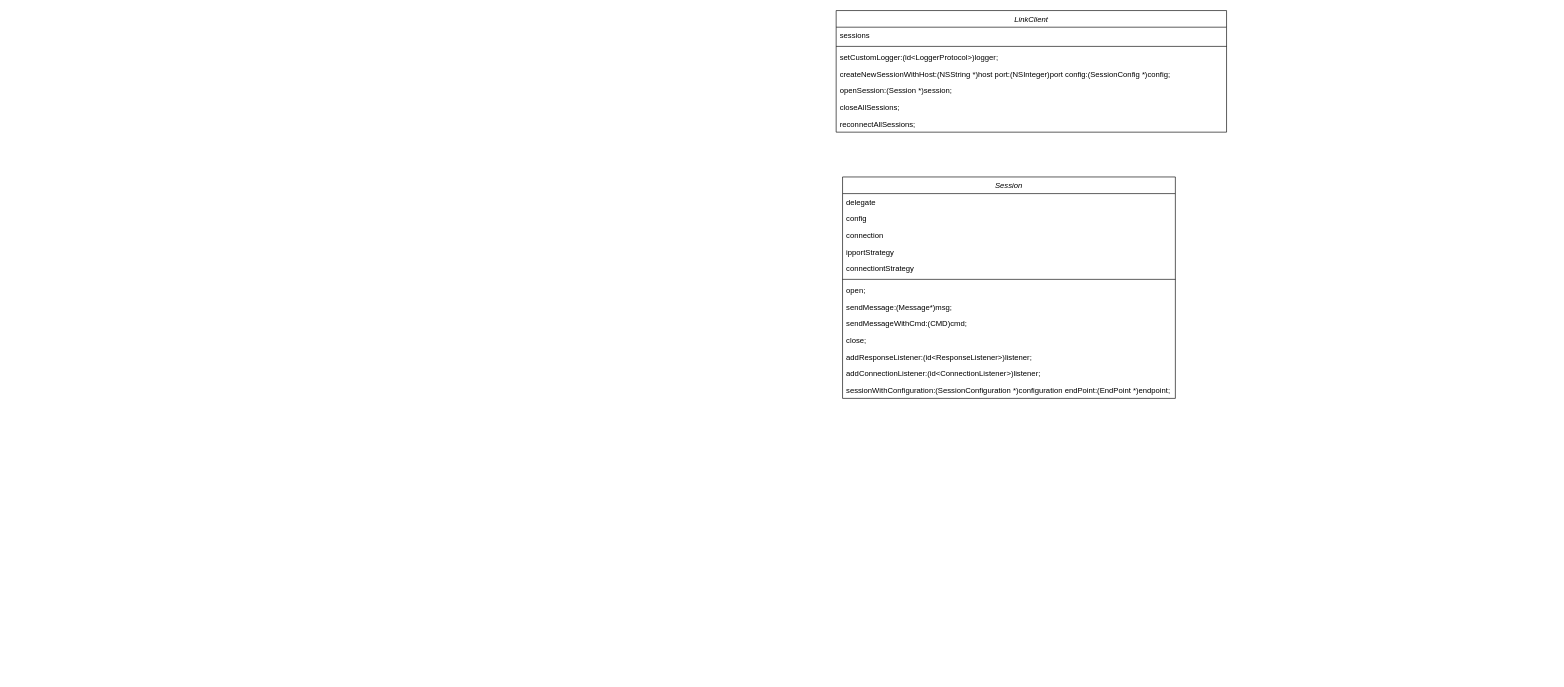
Before: Untitled Diagram.drawio in KyriosArk/mars, a draw.io diagram. Source tidied: cells renumbered, new cells numbered last; positions are measured from the earlier drawing's top-left corner, leaving out a move shared by most shapes. Both pictures are drawn from the tidied source at 64%, with x=0, y=0 at pixel (836, 10).
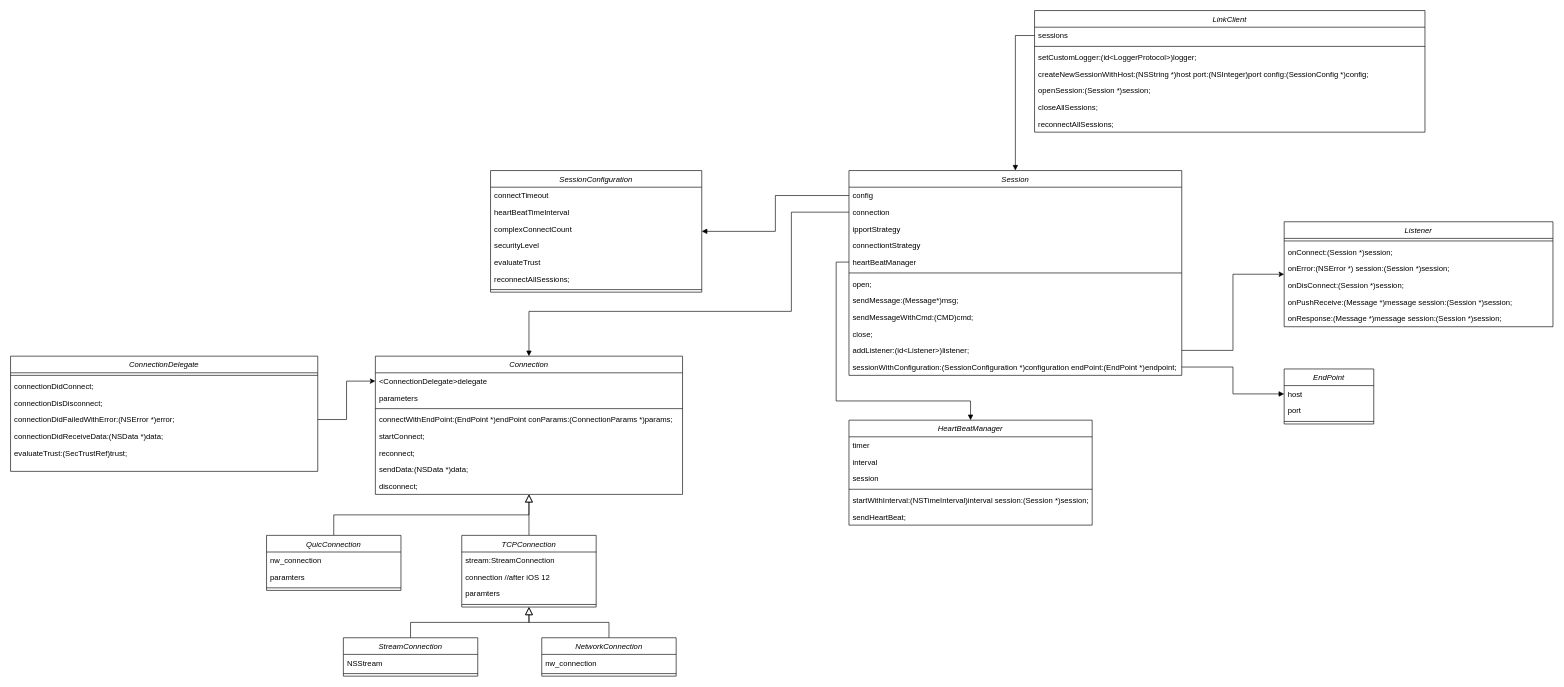
Above is the later version.

Unchanged cells that the change refers to:
```xml
<mxCell id="3" value="sessions" style="text;align=left;verticalAlign=top;spacingLeft=4;spacingRight=4;overflow=hidden;points=[[0,0.5],[1,0.5]];portConstraint=eastwest;" parent="2" vertex="1">
  <mxGeometry y="26" width="610" height="26" as="geometry" />
</mxCell>
```

The edit, as a diff of the source:
```diff
@@
     <mxCell id="2" value="LinkClient" style="swimlane;fontStyle=2;align=center;verticalAlign=top;horizontal=1;startSize=26;rounded=0;shadow=0;strokeWidth=1;" parent="1" vertex="1">
-      <mxGeometry width="610" height="190" as="geometry" />
+      <mxGeometry x="310" width="610" height="190" as="geometry" />
     </mxCell>
@@
     <mxCell id="10" value="Session" style="swimlane;fontStyle=2;align=center;verticalAlign=top;horizontal=1;startSize=26;rounded=0;shadow=0;strokeWidth=1;" parent="1" vertex="1">
-      <mxGeometry x="10" y="260" width="520" height="346" as="geometry" />
+      <mxGeometry x="20" y="250" width="520" height="320" as="geometry" />
     </mxCell>
-    <mxCell id="11" value="delegate" style="text;align=left;verticalAlign=top;spacingLeft=4;spacingRight=4;overflow=hidden;points=[[0,0.5],[1,0.5]];portConstraint=eastwest;" parent="10" vertex="1">
-      <mxGeometry y="26" width="520" height="26" as="geometry" />
-    </mxCell>
     <mxCell id="12" value="config" style="text;align=left;verticalAlign=top;spacingLeft=4;spacingRight=4;overflow=hidden;points=[[0,0.5],[1,0.5]];portConstraint=eastwest;" parent="10" vertex="1">
-      <mxGeometry y="52" width="520" height="26" as="geometry" />
+      <mxGeometry y="26" width="520" height="26" as="geometry" />
     </mxCell>
     <mxCell id="13" value="connection" style="text;align=left;verticalAlign=top;spacingLeft=4;spacingRight=4;overflow=hidden;points=[[0,0.5],[1,0.5]];portConstraint=eastwest;" parent="10" vertex="1">
-      <mxGeometry y="78" width="520" height="26" as="geometry" />
+      <mxGeometry y="52" width="520" height="26" as="geometry" />
     </mxCell>
     <mxCell id="14" value="ipportStrategy" style="text;align=left;verticalAlign=top;spacingLeft=4;spacingRight=4;overflow=hidden;" parent="10" vertex="1">
-      <mxGeometry y="104" width="520" height="26" as="geometry" />
+      <mxGeometry y="78" width="520" height="26" as="geometry" />
     </mxCell>
     <mxCell id="15" value="connectiontStrategy" style="text;align=left;verticalAlign=top;spacingLeft=4;spacingRight=4;overflow=hidden;" parent="10" vertex="1">
-      <mxGeometry y="130" width="520" height="26" as="geometry" />
+      <mxGeometry y="104" width="520" height="26" as="geometry" />
     </mxCell>
+    <mxCell id="24" value="heartBeatManager" style="text;align=left;verticalAlign=top;spacingLeft=4;spacingRight=4;overflow=hidden;points=[[0,0.5],[1,0.5]];portConstraint=eastwest;rounded=0;shadow=0;html=0;" parent="10" vertex="1">
+      <mxGeometry y="130" width="520" height="26" as="geometry" />
+    </mxCell>
@@
-    <mxCell id="21" value="addResponseListener:(id&lt;ResponseListener&gt;)listener;" style="text;align=left;verticalAlign=top;spacingLeft=4;spacingRight=4;overflow=hidden;points=[[0,0.5],[1,0.5]];portConstraint=eastwest;" parent="10" vertex="1">
+    <mxCell id="21" value="addListener:(id&lt;Listener&gt;)listener;" style="text;align=left;verticalAlign=top;spacingLeft=4;spacingRight=4;overflow=hidden;points=[[0,0.5],[1,0.5]];portConstraint=eastwest;" parent="10" vertex="1">
       <mxGeometry y="268" width="520" height="26" as="geometry" />
     </mxCell>
-    <mxCell id="22" value="addConnectionListener:(id&lt;ConnectionListener&gt;)listener;" style="text;align=left;verticalAlign=top;spacingLeft=4;spacingRight=4;overflow=hidden;" parent="10" vertex="1">
-      <mxGeometry y="294" width="520" height="26" as="geometry" />
-    </mxCell>
     <mxCell id="23" value="sessionWithConfiguration:(SessionConfiguration *)configuration endPoint:(EndPoint *)endpoint;" style="text;align=left;verticalAlign=top;spacingLeft=4;spacingRight=4;overflow=hidden;points=[[0,0.5],[1,0.5]];portConstraint=eastwest;" parent="10" vertex="1">
-      <mxGeometry y="320" width="520" height="26" as="geometry" />
+      <mxGeometry y="294" width="520" height="26" as="geometry" />
     </mxCell>
+    <mxCell id="25" value="SessionConfiguration" style="swimlane;fontStyle=2;align=center;verticalAlign=top;horizontal=1;startSize=26;rounded=0;shadow=0;strokeWidth=1;" parent="1" vertex="1">
+      <mxGeometry x="-540" y="250" width="330" height="190" as="geometry" />
+    </mxCell>
+    <mxCell id="26" value="connectTimeout" style="text;align=left;verticalAlign=top;spacingLeft=4;spacingRight=4;overflow=hidden;" parent="25" vertex="1">
+      <mxGeometry y="26" width="330" height="26" as="geometry" />
+    </mxCell>
+    <mxCell id="27" value="heartBeatTimeInterval" style="text;align=left;verticalAlign=top;spacingLeft=4;spacingRight=4;overflow=hidden;rounded=0;shadow=0;html=0;" parent="25" vertex="1">
+      <mxGeometry y="52" width="330" height="26" as="geometry" />
+    </mxCell>
+    <mxCell id="28" value="complexConnectCount" style="text;align=left;verticalAlign=top;spacingLeft=4;spacingRight=4;overflow=hidden;rounded=0;shadow=0;html=0;" parent="25" vertex="1">
+      <mxGeometry y="78" width="330" height="26" as="geometry" />
+    </mxCell>
+    <mxCell id="29" value="securityLevel" style="text;align=left;verticalAlign=top;spacingLeft=4;spacingRight=4;overflow=hidden;" parent="25" vertex="1">
+      <mxGeometry y="104" width="330" height="26" as="geometry" />
+    </mxCell>
+    <mxCell id="30" value="evaluateTrust" style="text;align=left;verticalAlign=top;spacingLeft=4;spacingRight=4;overflow=hidden;" parent="25" vertex="1">
+      <mxGeometry y="130" width="330" height="26" as="geometry" />
+    </mxCell>
+    <mxCell id="31" value="reconnectAllSessions;" style="text;align=left;verticalAlign=top;spacingLeft=4;spacingRight=4;overflow=hidden;" parent="25" vertex="1">
+      <mxGeometry y="156" width="330" height="26" as="geometry" />
+    </mxCell>
+    <mxCell id="32" style="line;html=1;strokeWidth=1;align=left;verticalAlign=middle;spacingTop=-1;spacingLeft=3;spacingRight=3;labelPosition=right;" parent="25" vertex="1">
+      <mxGeometry y="182" width="330" height="8" as="geometry" />
+    </mxCell>
+    <mxCell id="33" value="Listener" style="swimlane;fontStyle=2;align=center;verticalAlign=top;horizontal=1;startSize=26;rounded=0;shadow=0;strokeWidth=1;" parent="1" vertex="1">
+      <mxGeometry x="700" y="330" width="420" height="164" as="geometry" />
+    </mxCell>
+    <mxCell id="34" style="line;html=1;strokeWidth=1;align=left;verticalAlign=middle;spacingTop=-1;spacingLeft=3;spacingRight=3;labelPosition=right;" parent="33" vertex="1">
+      <mxGeometry y="26" width="420" height="8" as="geometry" />
+    </mxCell>
+    <mxCell id="35" value="onConnect:(Session *)session;" style="text;align=left;verticalAlign=top;spacingLeft=4;spacingRight=4;overflow=hidden;" parent="33" vertex="1">
+      <mxGeometry y="34" width="420" height="26" as="geometry" />
+    </mxCell>
+    <mxCell id="36" value="onError:(NSError *) session:(Session *)session;" style="text;align=left;verticalAlign=top;spacingLeft=4;spacingRight=4;overflow=hidden;rounded=0;shadow=0;html=0;" parent="33" vertex="1">
+      <mxGeometry y="60" width="420" height="26" as="geometry" />
+    </mxCell>
+    <mxCell id="37" value="onDisConnect:(Session *)session;" style="text;align=left;verticalAlign=top;spacingLeft=4;spacingRight=4;overflow=hidden;rounded=0;shadow=0;html=0;" parent="33" vertex="1">
+      <mxGeometry y="86" width="420" height="26" as="geometry" />
+    </mxCell>
+    <mxCell id="38" value="onPushReceive:(Message *)message session:(Session *)session;" style="text;align=left;verticalAlign=top;spacingLeft=4;spacingRight=4;overflow=hidden;" parent="33" vertex="1">
+      <mxGeometry y="112" width="420" height="26" as="geometry" />
+    </mxCell>
+    <mxCell id="39" value="onResponse:(Message *)message session:(Session *)session;" style="text;align=left;verticalAlign=top;spacingLeft=4;spacingRight=4;overflow=hidden;" parent="33" vertex="1">
+      <mxGeometry y="138" width="420" height="26" as="geometry" />
+    </mxCell>
+    <mxCell id="40" style="edgeStyle=orthogonalEdgeStyle;rounded=0;jettySize=auto;html=1;exitX=1;exitY=0.5;exitDx=0;exitDy=0;entryX=0;entryY=0.5;entryDx=0;entryDy=0;" parent="1" edge="1" source="21" target="33">
+      <mxGeometry relative="1" as="geometry" />
+    </mxCell>
+    <mxCell id="41" value="Connection" style="swimlane;fontStyle=2;align=center;verticalAlign=top;horizontal=1;startSize=26;rounded=0;shadow=0;strokeWidth=1;" parent="1" vertex="1">
+      <mxGeometry x="-720" y="540" width="480" height="216" as="geometry" />
+    </mxCell>
+    <mxCell id="11" value="&lt;ConnectionDelegate&gt;delegate" style="text;align=left;verticalAlign=top;spacingLeft=4;spacingRight=4;overflow=hidden;points=[[0,0.5],[1,0.5]];portConstraint=eastwest;rounded=0;shadow=0;html=0;" parent="41" vertex="1">
+      <mxGeometry y="26" width="480" height="26" as="geometry" />
+    </mxCell>
+    <mxCell id="42" value="parameters" style="text;align=left;verticalAlign=top;spacingLeft=4;spacingRight=4;overflow=hidden;rounded=0;shadow=0;html=0;" parent="41" vertex="1">
+      <mxGeometry y="52" width="480" height="26" as="geometry" />
+    </mxCell>
+    <mxCell id="43" style="line;html=1;strokeWidth=1;align=left;verticalAlign=middle;spacingTop=-1;spacingLeft=3;spacingRight=3;labelPosition=right;" parent="41" vertex="1">
+      <mxGeometry y="78" width="480" height="8" as="geometry" />
+    </mxCell>
+    <mxCell id="44" value="connectWithEndPoint:(EndPoint *)endPoint conParams:(ConnectionParams *)params;" style="text;align=left;verticalAlign=top;spacingLeft=4;spacingRight=4;overflow=hidden;" parent="41" vertex="1">
+      <mxGeometry y="86" width="480" height="26" as="geometry" />
+    </mxCell>
+    <mxCell id="45" value="startConnect;" style="text;align=left;verticalAlign=top;spacingLeft=4;spacingRight=4;overflow=hidden;rounded=0;shadow=0;html=0;" parent="41" vertex="1">
+      <mxGeometry y="112" width="480" height="26" as="geometry" />
+    </mxCell>
+    <mxCell id="46" value="reconnect;" style="text;align=left;verticalAlign=top;spacingLeft=4;spacingRight=4;overflow=hidden;" parent="41" vertex="1">
+      <mxGeometry y="138" width="480" height="26" as="geometry" />
+    </mxCell>
+    <mxCell id="47" value="sendData:(NSData *)data;" style="text;align=left;verticalAlign=top;spacingLeft=4;spacingRight=4;overflow=hidden;" parent="41" vertex="1">
+      <mxGeometry y="164" width="480" height="26" as="geometry" />
+    </mxCell>
+    <mxCell id="48" value="disconnect;" style="text;align=left;verticalAlign=top;spacingLeft=4;spacingRight=4;overflow=hidden;rounded=0;shadow=0;html=0;" parent="41" vertex="1">
+      <mxGeometry y="190" width="480" height="26" as="geometry" />
+    </mxCell>
+    <mxCell id="49" value="ConnectionDelegate" style="swimlane;fontStyle=2;align=center;verticalAlign=top;horizontal=1;startSize=26;rounded=0;shadow=0;strokeWidth=1;" parent="1" vertex="1">
+      <mxGeometry x="-1290" y="540" width="480" height="180" as="geometry" />
+    </mxCell>
+    <mxCell id="50" style="line;html=1;strokeWidth=1;align=left;verticalAlign=middle;spacingTop=-1;spacingLeft=3;spacingRight=3;labelPosition=right;" parent="49" vertex="1">
+      <mxGeometry y="26" width="480" height="8" as="geometry" />
+    </mxCell>
+    <mxCell id="51" value="connectionDidConnect;" style="text;align=left;verticalAlign=top;spacingLeft=4;spacingRight=4;overflow=hidden;" parent="49" vertex="1">
+      <mxGeometry y="34" width="480" height="26" as="geometry" />
+    </mxCell>
+    <mxCell id="52" value="connectionDisDisconnect;" style="text;align=left;verticalAlign=top;spacingLeft=4;spacingRight=4;overflow=hidden;rounded=0;shadow=0;html=0;" parent="49" vertex="1">
+      <mxGeometry y="60" width="480" height="26" as="geometry" />
+    </mxCell>
+    <mxCell id="53" value="connectionDidFailedWithError:(NSError *)error;" style="text;align=left;verticalAlign=top;spacingLeft=4;spacingRight=4;overflow=hidden;points=[[0,0.5],[1,0.5]];portConstraint=eastwest;" parent="49" vertex="1">
+      <mxGeometry y="86" width="480" height="26" as="geometry" />
+    </mxCell>
+    <mxCell id="54" value="connectionDidReceiveData:(NSData *)data;" style="text;align=left;verticalAlign=top;spacingLeft=4;spacingRight=4;overflow=hidden;" parent="49" vertex="1">
+      <mxGeometry y="112" width="480" height="26" as="geometry" />
+    </mxCell>
+    <mxCell id="55" value="evaluateTrust:(SecTrustRef)trust;" style="text;align=left;verticalAlign=top;spacingLeft=4;spacingRight=4;overflow=hidden;rounded=0;shadow=0;html=0;" parent="49" vertex="1">
+      <mxGeometry y="138" width="480" height="26" as="geometry" />
+    </mxCell>
+    <mxCell id="56" style="edgeStyle=orthogonalEdgeStyle;rounded=0;jettySize=auto;html=1;exitX=1;exitY=0.5;exitDx=0;exitDy=0;entryX=0;entryY=0.5;entryDx=0;entryDy=0;" parent="1" edge="1" source="53" target="11">
+      <mxGeometry relative="1" as="geometry" />
+    </mxCell>
+    <mxCell id="57" style="edgeStyle=orthogonalEdgeStyle;rounded=0;jettySize=auto;html=1;exitX=0.5;exitY=0;exitDx=0;exitDy=0;endArrow=block;endFill=0;endSize=10;" parent="1" edge="1" source="58" target="41">
+      <mxGeometry relative="1" as="geometry" />
+    </mxCell>
+    <mxCell id="58" value="TCPConnection" style="swimlane;fontStyle=2;align=center;verticalAlign=top;horizontal=1;startSize=26;rounded=0;shadow=0;strokeWidth=1;" parent="1" vertex="1">
+      <mxGeometry x="-585" y="820" width="210" height="112" as="geometry" />
+    </mxCell>
+    <mxCell id="59" value="stream:StreamConnection" style="text;align=left;verticalAlign=top;spacingLeft=4;spacingRight=4;overflow=hidden;" parent="58" vertex="1">
+      <mxGeometry y="26" width="210" height="26" as="geometry" />
+    </mxCell>
+    <mxCell id="60" value="connection //after iOS 12" style="text;align=left;verticalAlign=top;spacingLeft=4;spacingRight=4;overflow=hidden;rounded=0;shadow=0;html=0;" parent="58" vertex="1">
+      <mxGeometry y="52" width="210" height="26" as="geometry" />
+    </mxCell>
+    <mxCell id="61" value="paramters" style="text;align=left;verticalAlign=top;spacingLeft=4;spacingRight=4;overflow=hidden;rounded=0;shadow=0;html=0;" parent="58" vertex="1">
+      <mxGeometry y="78" width="210" height="26" as="geometry" />
+    </mxCell>
+    <mxCell id="62" style="line;html=1;strokeWidth=1;align=left;verticalAlign=middle;spacingTop=-1;spacingLeft=3;spacingRight=3;labelPosition=right;" parent="58" vertex="1">
+      <mxGeometry y="104" width="210" height="8" as="geometry" />
+    </mxCell>
+    <mxCell id="63" style="edgeStyle=orthogonalEdgeStyle;rounded=0;jettySize=auto;html=1;exitX=0.5;exitY=0;exitDx=0;exitDy=0;endArrow=block;endFill=0;endSize=10;" parent="1" edge="1" source="64" target="41">
+      <mxGeometry relative="1" as="geometry" />
+    </mxCell>
+    <mxCell id="64" value="QuicConnection" style="swimlane;fontStyle=2;align=center;verticalAlign=top;horizontal=1;startSize=26;rounded=0;shadow=0;strokeWidth=1;" parent="1" vertex="1">
+      <mxGeometry x="-890" y="820" width="210" height="86" as="geometry" />
+    </mxCell>
+    <mxCell id="65" value="nw_connection" style="text;align=left;verticalAlign=top;spacingLeft=4;spacingRight=4;overflow=hidden;" parent="64" vertex="1">
+      <mxGeometry y="26" width="210" height="26" as="geometry" />
+    </mxCell>
+    <mxCell id="66" value="paramters" style="text;align=left;verticalAlign=top;spacingLeft=4;spacingRight=4;overflow=hidden;rounded=0;shadow=0;html=0;" parent="64" vertex="1">
+      <mxGeometry y="52" width="210" height="26" as="geometry" />
+    </mxCell>
+    <mxCell id="67" style="line;html=1;strokeWidth=1;align=left;verticalAlign=middle;spacingTop=-1;spacingLeft=3;spacingRight=3;labelPosition=right;" parent="64" vertex="1">
+      <mxGeometry y="78" width="210" height="8" as="geometry" />
+    </mxCell>
+    <mxCell id="68" style="edgeStyle=orthogonalEdgeStyle;rounded=0;jettySize=auto;html=1;exitX=0.5;exitY=0;exitDx=0;exitDy=0;endArrow=block;endFill=0;endSize=10;" parent="1" edge="1" source="69" target="58">
+      <mxGeometry relative="1" as="geometry" />
+    </mxCell>
+    <mxCell id="69" value="StreamConnection" style="swimlane;fontStyle=2;align=center;verticalAlign=top;horizontal=1;startSize=26;rounded=0;shadow=0;strokeWidth=1;" parent="1" vertex="1">
+      <mxGeometry x="-770" y="980" width="210" height="60" as="geometry" />
+    </mxCell>
+    <mxCell id="70" value="NSStream" style="text;align=left;verticalAlign=top;spacingLeft=4;spacingRight=4;overflow=hidden;" parent="69" vertex="1">
+      <mxGeometry y="26" width="210" height="26" as="geometry" />
+    </mxCell>
+    <mxCell id="71" style="line;html=1;strokeWidth=1;align=left;verticalAlign=middle;spacingTop=-1;spacingLeft=3;spacingRight=3;labelPosition=right;" parent="69" vertex="1">
+      <mxGeometry y="52" width="210" height="8" as="geometry" />
+    </mxCell>
+    <mxCell id="72" style="edgeStyle=orthogonalEdgeStyle;rounded=0;jettySize=auto;html=1;exitX=0.5;exitY=0;exitDx=0;exitDy=0;endArrow=block;endFill=0;endSize=10;" parent="1" edge="1" source="73" target="58">
+      <mxGeometry relative="1" as="geometry" />
+    </mxCell>
+    <mxCell id="73" value="NetworkConnection" style="swimlane;fontStyle=2;align=center;verticalAlign=top;horizontal=1;startSize=26;rounded=0;shadow=0;strokeWidth=1;" parent="1" vertex="1">
+      <mxGeometry x="-460" y="980" width="210" height="60" as="geometry" />
+    </mxCell>
+    <mxCell id="74" value="nw_connection" style="text;align=left;verticalAlign=top;spacingLeft=4;spacingRight=4;overflow=hidden;" parent="73" vertex="1">
+      <mxGeometry y="26" width="210" height="26" as="geometry" />
+    </mxCell>
+    <mxCell id="75" style="line;html=1;strokeWidth=1;align=left;verticalAlign=middle;spacingTop=-1;spacingLeft=3;spacingRight=3;labelPosition=right;" parent="73" vertex="1">
+      <mxGeometry y="52" width="210" height="8" as="geometry" />
+    </mxCell>
+    <mxCell id="76" value="EndPoint" style="swimlane;fontStyle=2;align=center;verticalAlign=top;horizontal=1;startSize=26;rounded=0;shadow=0;strokeWidth=1;" parent="1" vertex="1">
+      <mxGeometry x="700" y="560" width="140" height="86" as="geometry" />
+    </mxCell>
+    <mxCell id="77" value="host" style="text;align=left;verticalAlign=top;spacingLeft=4;spacingRight=4;overflow=hidden;points=[[0,0.5],[1,0.5]];portConstraint=eastwest;" parent="76" vertex="1">
+      <mxGeometry y="26" width="140" height="26" as="geometry" />
+    </mxCell>
+    <mxCell id="78" value="port" style="text;align=left;verticalAlign=top;spacingLeft=4;spacingRight=4;overflow=hidden;rounded=0;shadow=0;html=0;" parent="76" vertex="1">
+      <mxGeometry y="52" width="140" height="26" as="geometry" />
+    </mxCell>
+    <mxCell id="79" style="line;html=1;strokeWidth=1;align=left;verticalAlign=middle;spacingTop=-1;spacingLeft=3;spacingRight=3;labelPosition=right;" parent="76" vertex="1">
+      <mxGeometry y="78" width="140" height="8" as="geometry" />
+    </mxCell>
+    <mxCell id="80" style="edgeStyle=orthogonalEdgeStyle;rounded=0;jettySize=auto;html=1;exitX=1;exitY=0.5;exitDx=0;exitDy=0;entryX=0;entryY=0.5;entryDx=0;entryDy=0;endArrow=block;endFill=1;endSize=6;" parent="1" edge="1" source="23" target="77">
+      <mxGeometry relative="1" as="geometry" />
+    </mxCell>
+    <mxCell id="81" value="HeartBeatManager" style="swimlane;fontStyle=2;align=center;verticalAlign=top;horizontal=1;startSize=26;rounded=0;shadow=0;strokeWidth=1;" parent="1" vertex="1">
+      <mxGeometry x="20" y="640" width="380" height="164" as="geometry" />
+    </mxCell>
+    <mxCell id="82" value="timer" style="text;align=left;verticalAlign=top;spacingLeft=4;spacingRight=4;overflow=hidden;" parent="81" vertex="1">
+      <mxGeometry y="26" width="380" height="26" as="geometry" />
+    </mxCell>
+    <mxCell id="83" value="interval" style="text;align=left;verticalAlign=top;spacingLeft=4;spacingRight=4;overflow=hidden;rounded=0;shadow=0;html=0;" parent="81" vertex="1">
+      <mxGeometry y="52" width="380" height="26" as="geometry" />
+    </mxCell>
+    <mxCell id="84" value="session" style="text;align=left;verticalAlign=top;spacingLeft=4;spacingRight=4;overflow=hidden;rounded=0;shadow=0;html=0;" parent="81" vertex="1">
+      <mxGeometry y="78" width="380" height="26" as="geometry" />
+    </mxCell>
+    <mxCell id="85" style="line;html=1;strokeWidth=1;align=left;verticalAlign=middle;spacingTop=-1;spacingLeft=3;spacingRight=3;labelPosition=right;" parent="81" vertex="1">
+      <mxGeometry y="104" width="380" height="8" as="geometry" />
+    </mxCell>
+    <mxCell id="86" value="startWithInterval:(NSTimeInterval)interval session:(Session *)session;" style="text;align=left;verticalAlign=top;spacingLeft=4;spacingRight=4;overflow=hidden;" parent="81" vertex="1">
+      <mxGeometry y="112" width="380" height="26" as="geometry" />
+    </mxCell>
+    <mxCell id="87" value="sendHeartBeat;" style="text;align=left;verticalAlign=top;spacingLeft=4;spacingRight=4;overflow=hidden;" parent="81" vertex="1">
+      <mxGeometry y="138" width="380" height="26" as="geometry" />
+    </mxCell>
+    <mxCell id="88" style="edgeStyle=orthogonalEdgeStyle;rounded=0;jettySize=auto;html=1;exitX=0;exitY=0.5;exitDx=0;exitDy=0;endArrow=block;endFill=1;endSize=6;" parent="1" edge="1" source="3" target="10">
+      <mxGeometry relative="1" as="geometry" />
+    </mxCell>
+    <mxCell id="89" style="edgeStyle=orthogonalEdgeStyle;rounded=0;jettySize=auto;html=1;exitX=0;exitY=0.5;exitDx=0;exitDy=0;endArrow=block;endFill=1;endSize=6;" parent="1" edge="1" source="12" target="25">
+      <mxGeometry relative="1" as="geometry" />
+    </mxCell>
+    <mxCell id="90" style="edgeStyle=orthogonalEdgeStyle;rounded=0;jettySize=auto;html=1;exitX=0;exitY=0.5;exitDx=0;exitDy=0;endArrow=block;endFill=1;endSize=6;" parent="1" edge="1" source="13" target="41">
+      <mxGeometry relative="1" as="geometry">
+        <Array as="points">
+          <mxPoint x="-70" y="315" />
+          <mxPoint x="-70" y="470" />
+          <mxPoint x="-480" y="470" />
+        </Array>
+      </mxGeometry>
+    </mxCell>
+    <mxCell id="91" style="edgeStyle=orthogonalEdgeStyle;rounded=0;jettySize=auto;html=1;exitX=0;exitY=0.5;exitDx=0;exitDy=0;endArrow=block;endFill=1;endSize=6;" parent="1" edge="1" source="24" target="81">
+      <mxGeometry relative="1" as="geometry">
+        <Array as="points">
+          <mxPoint y="393" />
+          <mxPoint y="610" />
+          <mxPoint x="210" y="610" />
+        </Array>
+      </mxGeometry>
+    </mxCell>
```
